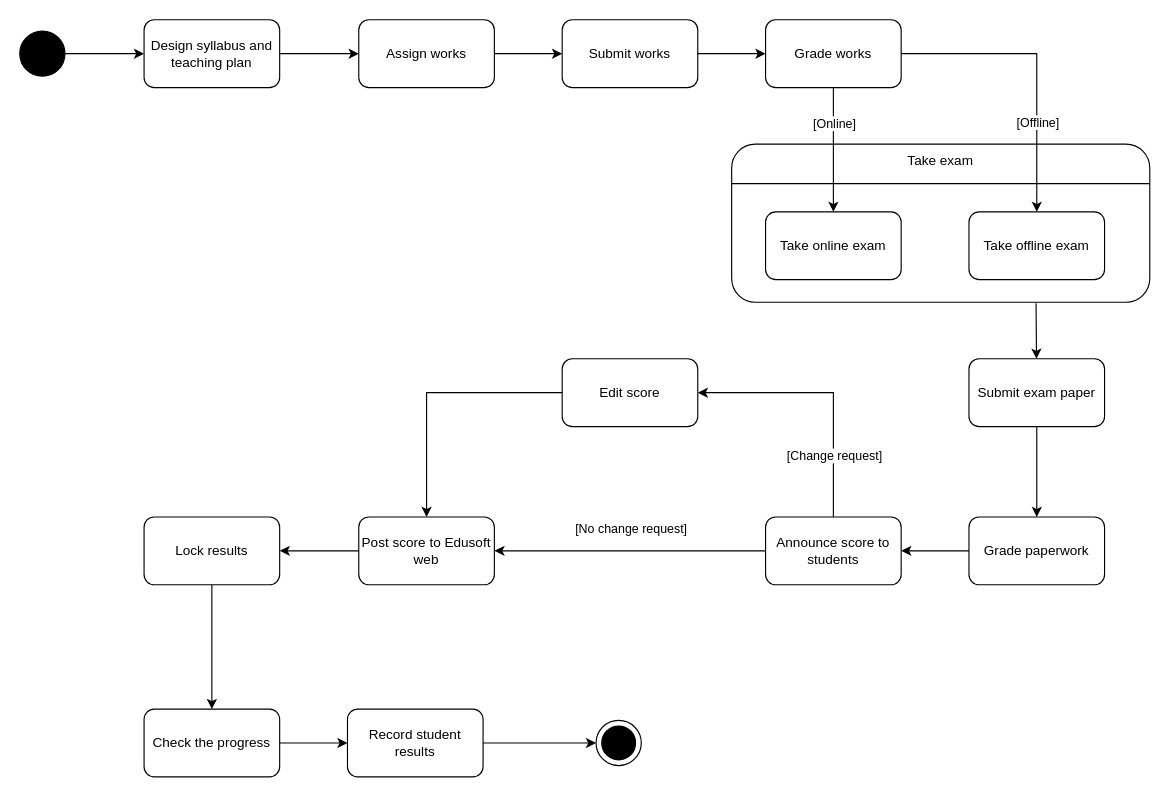
JavaKhangNguyen/LabOOAD keeps this draw.io diagram as Lab 5/Topic 6_ Grading Process.drawio. Above is the earlier version. Source tidied: cells renumbered, new cells numbered last; positions are measured from the earlier drawing's top-left corner, leaving out a move shared by most shapes. Both pictures are drawn from the tidied source at 113%, with x=0, y=0 at pixel (19, 19).
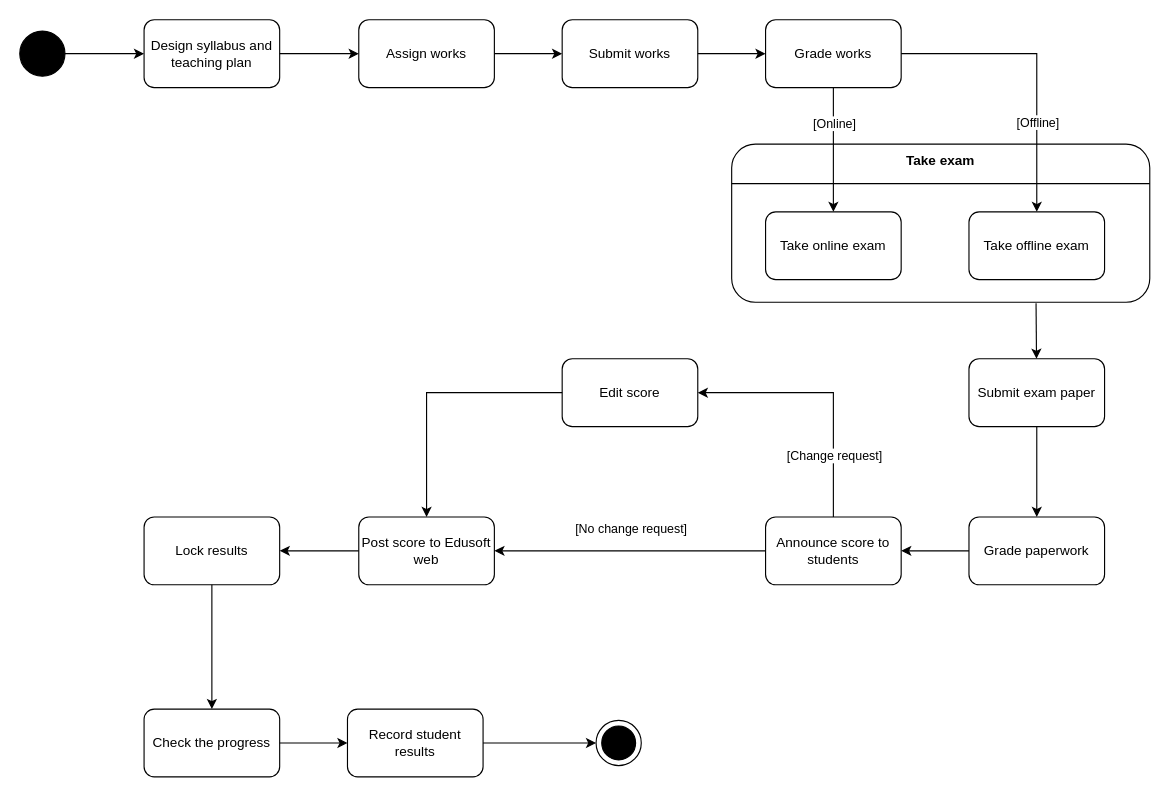
After the change.

What changed in the source:
```diff
@@
-    <mxCell id="40" value="Take exam" style="text;html=1;strokeColor=none;fillColor=none;align=center;verticalAlign=middle;whiteSpace=wrap;rounded=0;" parent="1" vertex="1">
+    <mxCell id="40" value="&lt;b&gt;Take exam&lt;/b&gt;" style="text;html=1;strokeColor=none;fillColor=none;align=center;verticalAlign=middle;whiteSpace=wrap;rounded=0;" parent="1" vertex="1">
       <mxGeometry x="780" y="110" width="70" height="30" as="geometry" />
     </mxCell>
```
